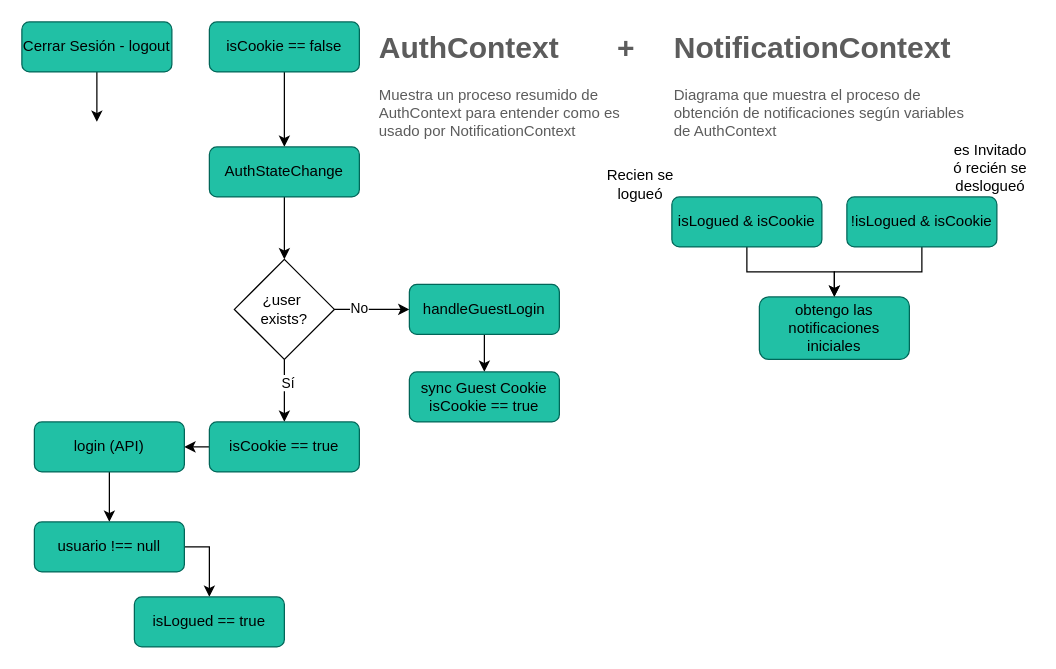
Above: Notification-Auth.drawio in ariel0000/bar-app-diagrams (draw.io), before the change. Source tidied: cells renumbered, new cells numbered last; positions are measured from the earlier drawing's top-left corner, leaving out a move shared by most shapes. Both pictures are drawn from the tidied source at 125%, with x=0, y=0 at pixel (21, 21).
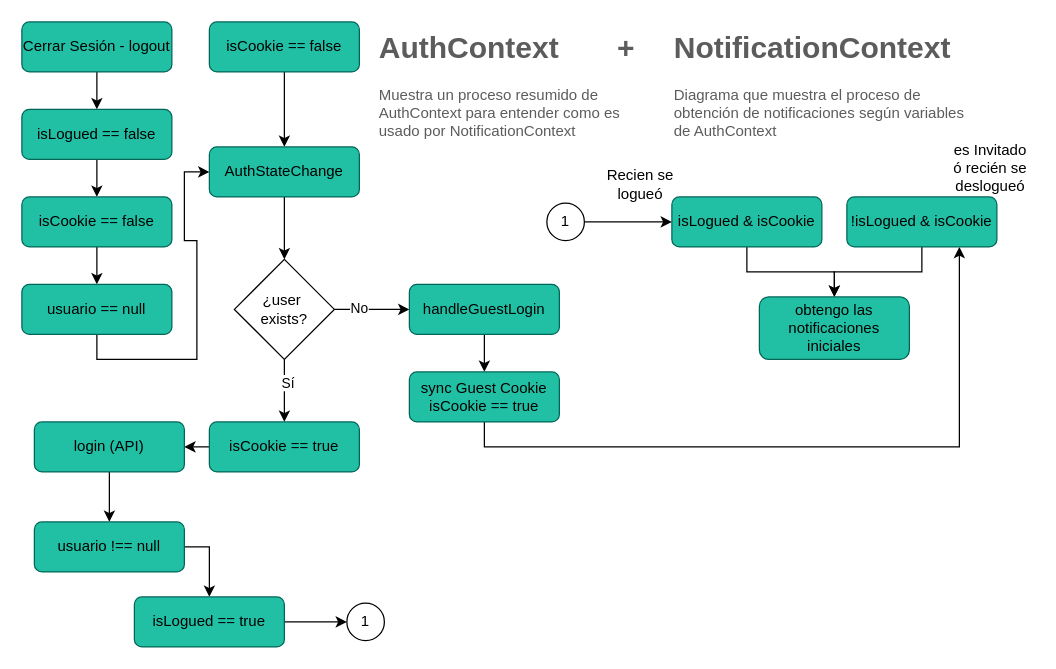
The same page after the edit.

Unchanged cells that the change refers to:
```xml
<mxCell id="6" value="Cerrar Sesión - logout" style="rounded=1;whiteSpace=wrap;html=1;fontSize=12;glass=0;strokeWidth=1;shadow=0;labelBackgroundColor=none;fillColor=#21C0A5;strokeColor=#006658;fontColor=default;" parent="1" vertex="1">
  <mxGeometry width="120" height="40" as="geometry" />
</mxCell>
<mxCell id="8" value="AuthStateChange" style="rounded=1;whiteSpace=wrap;html=1;fontSize=12;glass=0;strokeWidth=1;shadow=0;labelBackgroundColor=none;fillColor=#21C0A5;strokeColor=#006658;fontColor=default;" parent="1" vertex="1">
  <mxGeometry x="150" y="100" width="120" height="40" as="geometry" />
</mxCell>
<mxCell id="20" value="sync Guest Cookie&lt;div&gt;isCookie == true&lt;/div&gt;" style="rounded=1;whiteSpace=wrap;html=1;fontSize=12;glass=0;strokeWidth=1;shadow=0;labelBackgroundColor=none;fillColor=#21C0A5;strokeColor=#006658;fontColor=default;" parent="1" vertex="1">
  <mxGeometry x="310" y="280" width="120" height="40" as="geometry" />
</mxCell>
<mxCell id="25" value="isLogued &amp;amp; isCookie" style="rounded=1;whiteSpace=wrap;html=1;fontSize=12;glass=0;strokeWidth=1;shadow=0;labelBackgroundColor=none;fillColor=#21C0A5;strokeColor=#006658;fontColor=default;" parent="1" vertex="1">
  <mxGeometry x="520" y="140" width="120" height="40" as="geometry" />
</mxCell>
<mxCell id="26" value="isLogued == true" style="rounded=1;whiteSpace=wrap;html=1;fontSize=12;glass=0;strokeWidth=1;shadow=0;labelBackgroundColor=none;fillColor=#21C0A5;strokeColor=#006658;fontColor=default;" parent="1" vertex="1">
  <mxGeometry x="90" y="460" width="120" height="40" as="geometry" />
</mxCell>
<mxCell id="30" value="!isLogued &amp;amp; isCookie" style="rounded=1;whiteSpace=wrap;html=1;fontSize=12;glass=0;strokeWidth=1;shadow=0;labelBackgroundColor=none;fillColor=#21C0A5;strokeColor=#006658;fontColor=default;" parent="1" vertex="1">
  <mxGeometry x="660" y="140" width="120" height="40" as="geometry" />
</mxCell>
```

Change to the diagram source:
```diff
@@
-    <mxCell id="5" style="edgeStyle=orthogonalEdgeStyle;rounded=0;jettySize=auto;html=1;exitX=0.5;exitY=1;exitDx=0;exitDy=0;" parent="1" edge="1" source="6">
-      <mxGeometry relative="1" as="geometry">
-        <mxPoint x="60" y="80" as="targetPoint" />
-        <Array as="points">
-          <mxPoint x="60" y="70" />
-        </Array>
-      </mxGeometry>
-    </mxCell>
+    <mxCell id="32" style="edgeStyle=orthogonalEdgeStyle;rounded=0;jettySize=auto;html=1;exitX=0.5;exitY=1;exitDx=0;exitDy=0;entryX=0.5;entryY=0;entryDx=0;entryDy=0;" parent="1" edge="1" source="6" target="36">
+      <mxGeometry relative="1" as="geometry" />
+    </mxCell>
@@
+    <mxCell id="33" style="edgeStyle=orthogonalEdgeStyle;rounded=0;jettySize=auto;html=1;exitX=0.5;exitY=1;exitDx=0;exitDy=0;entryX=0.75;entryY=1;entryDx=0;entryDy=0;" parent="1" edge="1" source="20" target="30">
+      <mxGeometry relative="1" as="geometry" />
+    </mxCell>
@@
+    <mxCell id="34" style="edgeStyle=orthogonalEdgeStyle;rounded=0;jettySize=auto;html=1;exitX=1;exitY=0.5;exitDx=0;exitDy=0;entryX=0;entryY=0.5;entryDx=0;entryDy=0;" parent="1" edge="1" source="26" target="41">
+      <mxGeometry relative="1" as="geometry" />
+    </mxCell>
@@
+    <mxCell id="35" style="edgeStyle=orthogonalEdgeStyle;rounded=0;jettySize=auto;html=1;exitX=0.5;exitY=1;exitDx=0;exitDy=0;entryX=0.5;entryY=0;entryDx=0;entryDy=0;" parent="1" edge="1" source="36" target="38">
+      <mxGeometry relative="1" as="geometry" />
+    </mxCell>
+    <mxCell id="36" value="isLogued == false" style="rounded=1;whiteSpace=wrap;html=1;fontSize=12;glass=0;strokeWidth=1;shadow=0;labelBackgroundColor=none;fillColor=#21C0A5;strokeColor=#006658;fontColor=default;" parent="1" vertex="1">
+      <mxGeometry y="70" width="120" height="40" as="geometry" />
+    </mxCell>
+    <mxCell id="37" style="edgeStyle=orthogonalEdgeStyle;rounded=0;jettySize=auto;html=1;exitX=0.5;exitY=1;exitDx=0;exitDy=0;entryX=0.5;entryY=0;entryDx=0;entryDy=0;" parent="1" edge="1" source="38" target="40">
+      <mxGeometry relative="1" as="geometry" />
+    </mxCell>
+    <mxCell id="38" value="isCookie == false" style="rounded=1;whiteSpace=wrap;html=1;fontSize=12;glass=0;strokeWidth=1;shadow=0;labelBackgroundColor=none;fillColor=#21C0A5;strokeColor=#006658;fontColor=default;" parent="1" vertex="1">
+      <mxGeometry y="140" width="120" height="40" as="geometry" />
+    </mxCell>
+    <mxCell id="39" style="edgeStyle=orthogonalEdgeStyle;rounded=0;jettySize=auto;html=1;exitX=0.5;exitY=1;exitDx=0;exitDy=0;entryX=0;entryY=0.5;entryDx=0;entryDy=0;" parent="1" edge="1" source="40" target="8">
+      <mxGeometry relative="1" as="geometry" />
+    </mxCell>
+    <mxCell id="40" value="usuario == null" style="rounded=1;whiteSpace=wrap;html=1;fontSize=12;glass=0;strokeWidth=1;shadow=0;labelBackgroundColor=none;fillColor=#21C0A5;strokeColor=#006658;fontColor=default;" parent="1" vertex="1">
+      <mxGeometry y="210" width="120" height="40" as="geometry" />
+    </mxCell>
+    <mxCell id="41" value="1" style="ellipse;whiteSpace=wrap;html=1;" parent="1" vertex="1">
+      <mxGeometry x="260" y="465" width="30" height="30" as="geometry" />
+    </mxCell>
+    <mxCell id="42" style="edgeStyle=orthogonalEdgeStyle;rounded=0;jettySize=auto;html=1;exitX=1;exitY=0.5;exitDx=0;exitDy=0;entryX=0;entryY=0.5;entryDx=0;entryDy=0;" parent="1" edge="1" source="43" target="25">
+      <mxGeometry relative="1" as="geometry" />
+    </mxCell>
+    <mxCell id="43" value="1" style="ellipse;whiteSpace=wrap;html=1;" parent="1" vertex="1">
+      <mxGeometry x="420" y="145" width="30" height="30" as="geometry" />
+    </mxCell>
```
